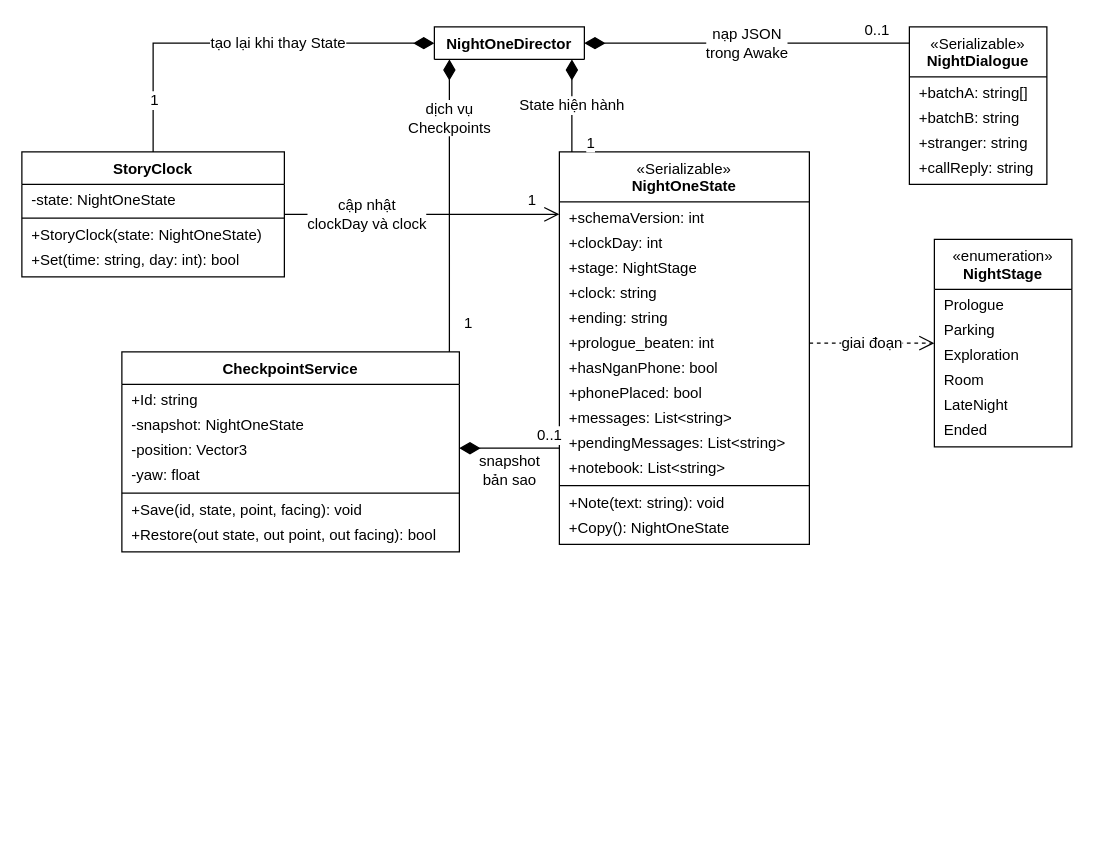
Earlier version of the draw.io diagram page "Trạng thái, đồng hồ và checkpoint" (6 of 10) of docs/thiet-ke/lop-game/luoc-do-lop-game.drawio (qivarnq3g/3-gio-12). Source tidied: cells renumbered, new cells numbered last; positions are measured from the earlier drawing's top-left corner, leaving out a move shared by most shapes. Both pictures are drawn from the tidied source at 125%, with x=0, y=0 at pixel (21, 26).
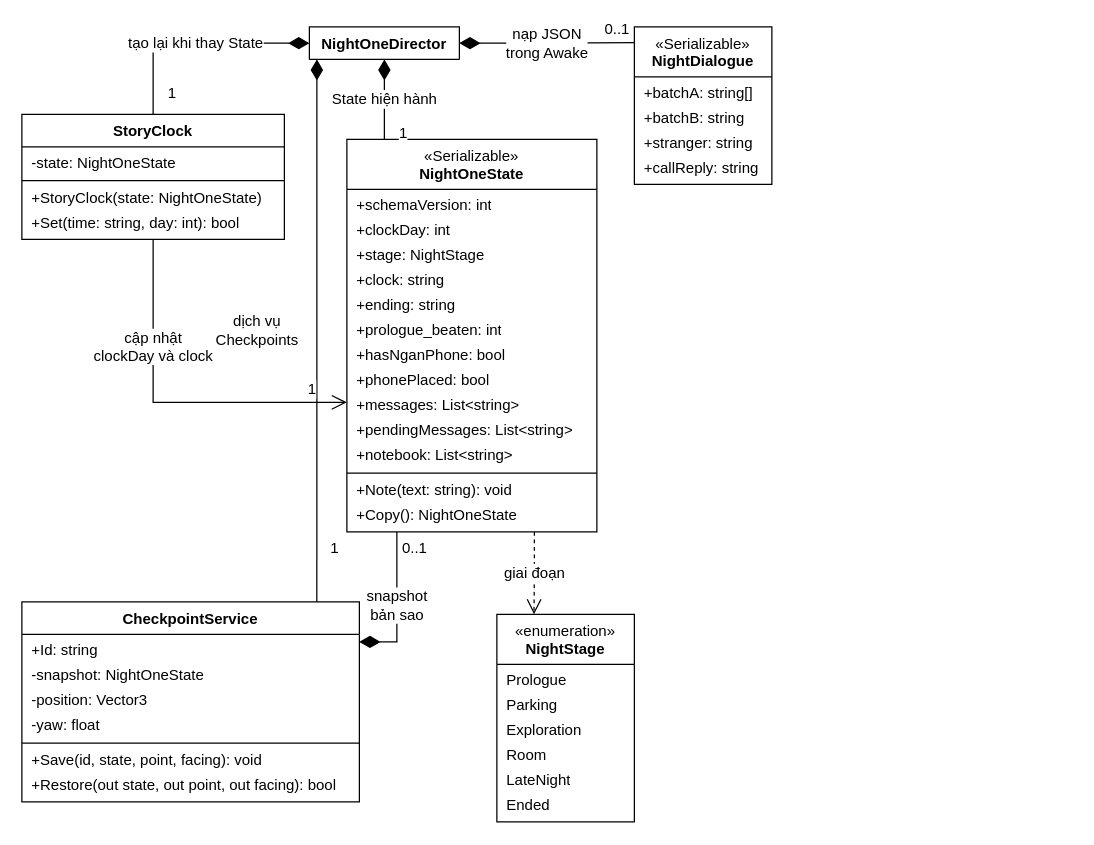
After the change.

The edit, as a diff of the source:
```diff
@@
     <mxCell id="2" value="&lt;b&gt;NightOneDirector&lt;/b&gt;" style="swimlane;fontStyle=0;html=1;align=center;verticalAlign=top;horizontal=1;startSize=26;whiteSpace=wrap;fontFamily=Arial;fontSize=12;fillColor=#ffffff;swimlaneFillColor=#ffffff;" parent="1" vertex="1">
-      <mxGeometry x="330" width="120" height="26" as="geometry" />
+      <mxGeometry x="230" width="120" height="26" as="geometry" />
     </mxCell>
     <mxCell id="3" value="«Serializable»&lt;br&gt;&lt;b&gt;NightOneState&lt;/b&gt;" style="swimlane;fontStyle=0;html=1;align=center;verticalAlign=top;horizontal=1;startSize=40;whiteSpace=wrap;fontFamily=Arial;fontSize=12;fillColor=#ffffff;swimlaneFillColor=#ffffff;" parent="1" vertex="1">
-      <mxGeometry x="430" y="100" width="200" height="314" as="geometry" />
+      <mxGeometry x="260" y="90" width="200" height="314" as="geometry" />
     </mxCell>
@@
     <mxCell id="18" value="«enumeration»&lt;br&gt;&lt;b&gt;NightStage&lt;/b&gt;" style="swimlane;fontStyle=0;html=1;align=center;verticalAlign=top;horizontal=1;startSize=40;whiteSpace=wrap;fontFamily=Arial;fontSize=12;fillColor=#ffffff;swimlaneFillColor=#ffffff;" parent="1" vertex="1">
-      <mxGeometry x="730" y="170" width="110" height="166" as="geometry" />
+      <mxGeometry x="380" y="470" width="110" height="166" as="geometry" />
     </mxCell>
@@
     <mxCell id="25" value="&lt;b&gt;StoryClock&lt;/b&gt;" style="swimlane;fontStyle=0;html=1;align=center;verticalAlign=top;horizontal=1;startSize=26;whiteSpace=wrap;fontFamily=Arial;fontSize=12;fillColor=#ffffff;swimlaneFillColor=#ffffff;" parent="1" vertex="1">
-      <mxGeometry y="100" width="210" height="100" as="geometry" />
+      <mxGeometry y="70" width="210" height="100" as="geometry" />
     </mxCell>
@@
     <mxCell id="30" value="&lt;b&gt;CheckpointService&lt;/b&gt;" style="swimlane;fontStyle=0;html=1;align=center;verticalAlign=top;horizontal=1;startSize=26;whiteSpace=wrap;fontFamily=Arial;fontSize=12;fillColor=#ffffff;swimlaneFillColor=#ffffff;" parent="1" vertex="1">
-      <mxGeometry x="80" y="260" width="270" height="160" as="geometry" />
+      <mxGeometry y="460" width="270" height="160" as="geometry" />
     </mxCell>
@@
     <mxCell id="38" value="«Serializable»&lt;br&gt;&lt;b&gt;NightDialogue&lt;/b&gt;" style="swimlane;fontStyle=0;html=1;align=center;verticalAlign=top;horizontal=1;startSize=40;whiteSpace=wrap;fontFamily=Arial;fontSize=12;fillColor=#ffffff;swimlaneFillColor=#ffffff;" parent="1" vertex="1">
-      <mxGeometry x="710" width="110" height="126" as="geometry" />
+      <mxGeometry x="490" width="110" height="126" as="geometry" />
     </mxCell>
@@
-    <mxCell id="43" value="State hiện hành" style="html=1;fontFamily=Arial;startArrow=diamondThin;startFill=1;startSize=14;endArrow=none;edgeStyle=orthogonalEdgeStyle;rounded=0;fontSize=12;labelBackgroundColor=#ffffff;exitX=0.9167;exitY=1;exitPerimeter=0;entryX=0.05;entryY=0;entryPerimeter=0;" parent="1" edge="1" source="2" target="3">
+    <mxCell id="43" value="State hiện hành" style="html=1;fontFamily=Arial;startArrow=diamondThin;startFill=1;startSize=14;endArrow=none;edgeStyle=orthogonalEdgeStyle;rounded=0;fontSize=12;labelBackgroundColor=#ffffff;exitX=0.5;exitY=1;entryX=0.15;entryY=0;" parent="1" edge="1" source="2" target="3">
       <mxGeometry relative="1" as="geometry" />
     </mxCell>
@@
-    <mxCell id="45" value="tạo lại khi thay State" style="html=1;fontFamily=Arial;startArrow=diamondThin;startFill=1;startSize=14;endArrow=none;edgeStyle=orthogonalEdgeStyle;rounded=0;fontSize=12;labelBackgroundColor=#ffffff;exitX=0;exitY=0.5;exitPerimeter=0;entryX=0.5;entryY=0;entryPerimeter=0;" parent="1" edge="1" source="2" target="25">
-      <mxGeometry x="-0.2" relative="1" as="geometry" />
+    <mxCell id="45" value="tạo lại khi thay State" style="html=1;fontFamily=Arial;startArrow=diamondThin;startFill=1;startSize=14;endArrow=none;edgeStyle=orthogonalEdgeStyle;rounded=0;fontSize=12;labelBackgroundColor=#ffffff;exitX=0;exitY=0.5;entryX=0.5;entryY=0;" parent="1" edge="1" source="2" target="25">
+      <mxGeometry relative="1" as="geometry" />
     </mxCell>
     <mxCell id="46" value="1" style="html=1;align=center;verticalAlign=middle;fontFamily=Arial;labelBackgroundColor=#ffffff;fontSize=12;" parent="45" vertex="1">
       <mxGeometry x="0.8" relative="1" as="geometry">
-        <mxPoint y="-11" as="offset" />
+        <mxPoint x="14" as="offset" />
       </mxGeometry>
     </mxCell>
-    <mxCell id="47" value="dịch vụ&lt;br&gt;Checkpoints" style="html=1;fontFamily=Arial;startArrow=diamondThin;startFill=1;startSize=14;endArrow=none;edgeStyle=orthogonalEdgeStyle;rounded=0;fontSize=12;labelBackgroundColor=#ffffff;exitX=0.1;exitY=1;exitPerimeter=0;entryX=0.9704;entryY=0;entryPerimeter=0;" parent="1" edge="1" source="2" target="30">
-      <mxGeometry x="-0.6" relative="1" as="geometry" />
+    <mxCell id="47" value="dịch vụ&lt;br&gt;Checkpoints" style="html=1;fontFamily=Arial;startArrow=diamondThin;startFill=1;startSize=14;endArrow=none;edgeStyle=orthogonalEdgeStyle;rounded=0;fontSize=12;labelBackgroundColor=#ffffff;exitX=0.05;exitY=1;entryX=0.874;entryY=0;" parent="1" edge="1" source="2" target="30">
+      <mxGeometry relative="1" as="geometry">
+        <mxPoint x="-48" as="offset" />
+      </mxGeometry>
     </mxCell>
@@
-    <mxCell id="49" value="nạp JSON&lt;br&gt;trong Awake" style="html=1;fontFamily=Arial;startArrow=diamondThin;startFill=1;startSize=14;endArrow=none;edgeStyle=orthogonalEdgeStyle;rounded=0;fontSize=12;labelBackgroundColor=#ffffff;exitX=1;exitY=0.5;entryX=0;entryY=0.1032;exitPerimeter=0;entryPerimeter=0;" parent="1" edge="1" source="2" target="38">
+    <mxCell id="49" value="nạp JSON&lt;br&gt;trong Awake" style="html=1;fontFamily=Arial;startArrow=diamondThin;startFill=1;startSize=14;endArrow=none;edgeStyle=orthogonalEdgeStyle;rounded=0;fontSize=12;labelBackgroundColor=#ffffff;exitX=1;exitY=0.5;entryX=0;entryY=0.1;" parent="1" edge="1" source="2" target="38">
       <mxGeometry relative="1" as="geometry" />
     </mxCell>
@@
-    <mxCell id="51" value="cập nhật&lt;br&gt;clockDay và clock" style="html=1;fontFamily=Arial;endArrow=open;endFill=0;endSize=10;edgeStyle=orthogonalEdgeStyle;rounded=0;fontSize=12;labelBackgroundColor=#ffffff;exitX=1;exitY=0.5;entryX=0;entryY=0.1592;exitPerimeter=0;entryPerimeter=0;" parent="1" edge="1" source="25" target="3">
+    <mxCell id="51" value="cập nhật&lt;br&gt;clockDay và clock" style="html=1;fontFamily=Arial;endArrow=open;endFill=0;endSize=10;edgeStyle=orthogonalEdgeStyle;rounded=0;fontSize=12;labelBackgroundColor=#ffffff;exitX=0.5;exitY=1;entryX=0;entryY=0.67;" parent="1" edge="1" source="25" target="3">
       <mxGeometry x="-0.4" relative="1" as="geometry" />
     </mxCell>
@@
-    <mxCell id="53" value="snapshot&lt;br&gt;bản sao" style="html=1;fontFamily=Arial;startArrow=diamondThin;startFill=1;startSize=14;endArrow=none;edgeStyle=orthogonalEdgeStyle;rounded=0;fontSize=12;labelBackgroundColor=#ffffff;exitX=1;exitY=0.4813;entryX=0;entryY=0.7548;exitPerimeter=0;entryPerimeter=0;" parent="1" edge="1" source="30" target="3">
-      <mxGeometry relative="1" as="geometry">
-        <mxPoint y="18" as="offset" />
-      </mxGeometry>
+    <mxCell id="53" value="snapshot&lt;br&gt;bản sao" style="html=1;fontFamily=Arial;startArrow=diamondThin;startFill=1;startSize=14;endArrow=none;edgeStyle=orthogonalEdgeStyle;rounded=0;fontSize=12;labelBackgroundColor=#ffffff;exitX=1;exitY=0.2;entryX=0.2;entryY=1;" parent="1" edge="1" source="30" target="3">
+      <mxGeometry relative="1" as="geometry" />
     </mxCell>
     <mxCell id="54" value="0..1" style="html=1;align=center;verticalAlign=middle;fontFamily=Arial;labelBackgroundColor=#ffffff;fontSize=12;" parent="53" vertex="1">
       <mxGeometry x="0.8" relative="1" as="geometry">
-        <mxPoint y="-11" as="offset" />
+        <mxPoint x="14" as="offset" />
       </mxGeometry>
     </mxCell>
-    <mxCell id="55" value="giai đoạn" style="html=1;fontFamily=Arial;endArrow=open;endFill=0;endSize=10;dashed=1;edgeStyle=orthogonalEdgeStyle;rounded=0;fontSize=12;labelBackgroundColor=#ffffff;exitX=1;exitY=0.4873;entryX=0;entryY=0.5;exitPerimeter=0;entryPerimeter=0;" parent="1" edge="1" source="3" target="18">
+    <mxCell id="55" value="giai đoạn" style="html=1;fontFamily=Arial;endArrow=open;endFill=0;endSize=10;dashed=1;edgeStyle=orthogonalEdgeStyle;rounded=0;fontSize=12;labelBackgroundColor=#ffffff;exitX=0.75;exitY=1;entryX=0.27;entryY=0;" parent="1" edge="1" source="3" target="18">
       <mxGeometry relative="1" as="geometry" />
     </mxCell>
```
